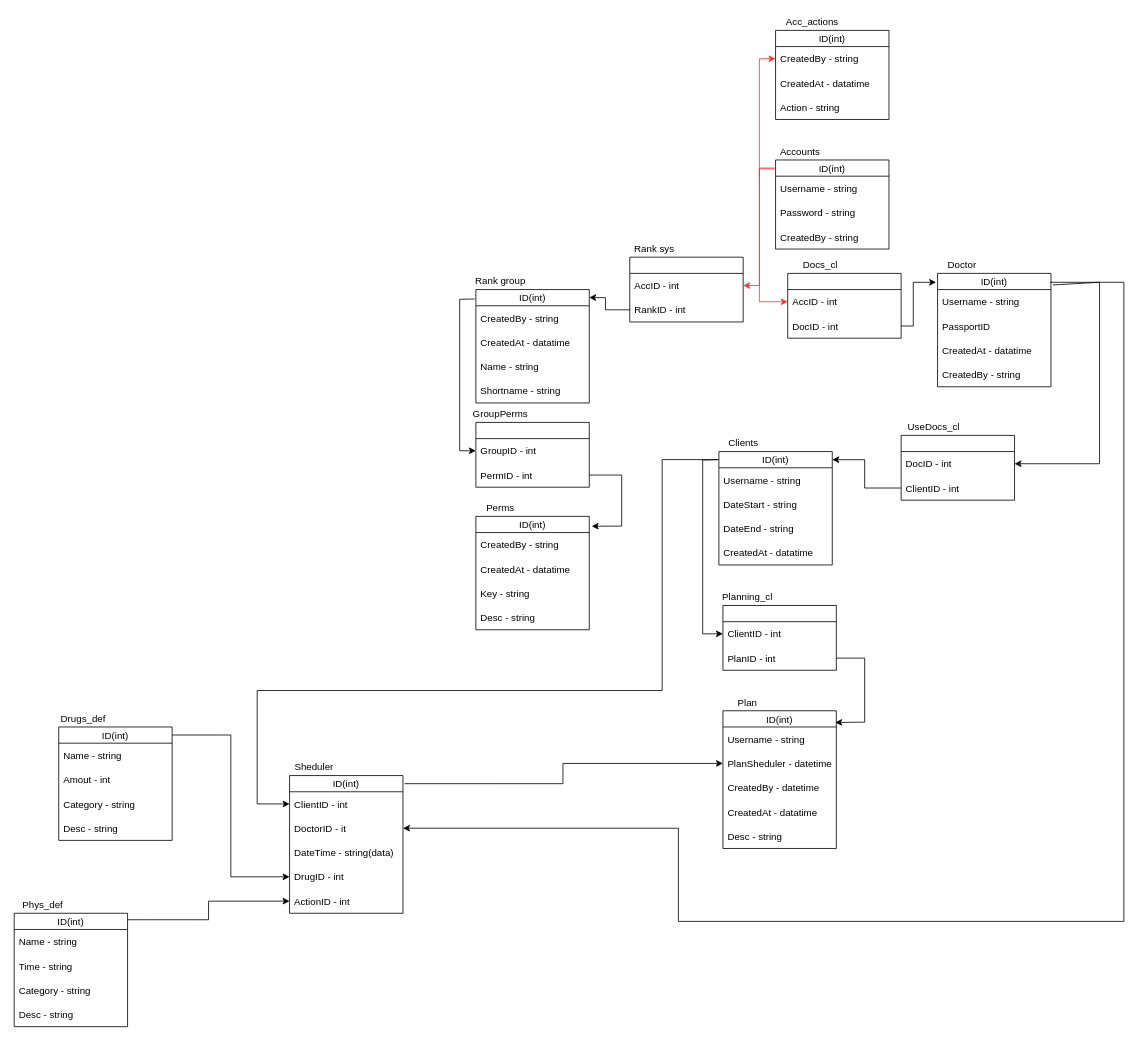
Above: database_sv/ASU-BD.drawio in SlinkyLink/ACS-MED (draw.io), before the change. Source tidied: cells renumbered, new cells numbered last; positions are measured from the earlier drawing's top-left corner, leaving out a move shared by most shapes. Both pictures are drawn from the tidied source at 81%, with x=0, y=0 at pixel (14, 14).
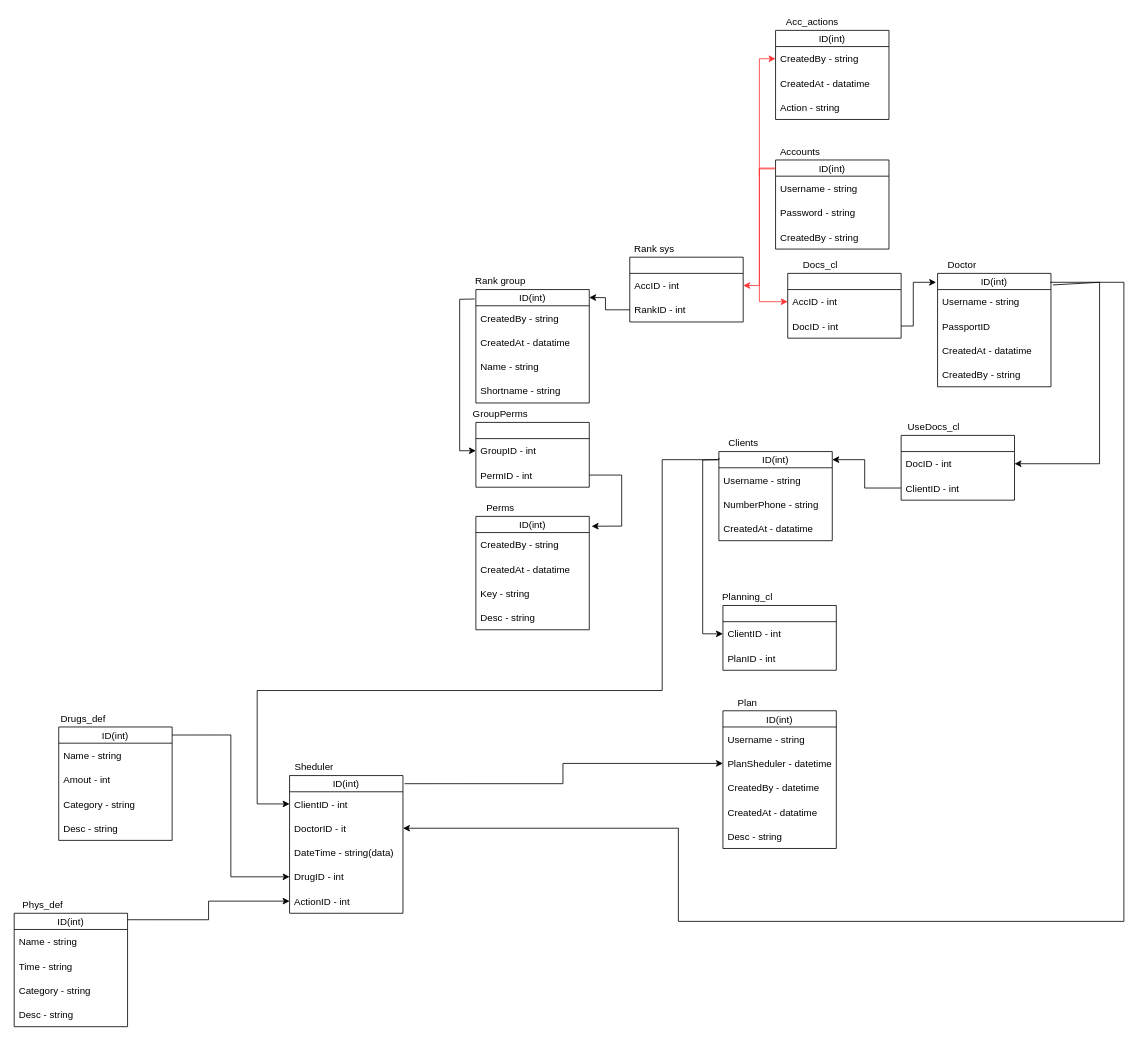
Above is the later version.

The change refers to these unchanged cells:
```xml
<mxCell id="43" value="ID(int)" style="swimlane;fontStyle=0;horizontal=1;startSize=20;align=center;" parent="1" vertex="1">
  <mxGeometry x="875" y="860" width="140" height="170" as="geometry" />
</mxCell>
<mxCell id="52" value="PlanID - int" style="text;strokeColor=none;fillColor=none;align=left;verticalAlign=middle;spacingLeft=4;spacingRight=4;overflow=hidden;points=[[0,0.5],[1,0.5]];portConstraint=eastwest;" parent="50" vertex="1">
  <mxGeometry y="50" width="140" height="30" as="geometry" />
</mxCell>
```

Change to the diagram source:
```diff
@@
     <mxCell id="37" value="ID(int)" style="swimlane;fontStyle=0;horizontal=1;startSize=20;align=center;" parent="1" vertex="1">
-      <mxGeometry x="870" y="540" width="140" height="140" as="geometry" />
+      <mxGeometry x="870" y="540" width="140" height="110" as="geometry" />
     </mxCell>
@@
-    <mxCell id="39" value="DateStart - string" style="text;strokeColor=none;fillColor=none;align=left;verticalAlign=middle;spacingLeft=4;spacingRight=4;overflow=hidden;" parent="37" vertex="1">
-      <mxGeometry y="50" width="140" height="30" as="geometry" />
-    </mxCell>
-    <mxCell id="40" value="DateEnd - string" style="text;strokeColor=none;fillColor=none;align=left;verticalAlign=middle;spacingLeft=4;spacingRight=4;overflow=hidden;" parent="37" vertex="1">
-      <mxGeometry y="80" width="140" height="30" as="geometry" />
-    </mxCell>
+    <mxCell id="98" value="NumberPhone - string" style="text;strokeColor=none;fillColor=none;align=left;verticalAlign=middle;spacingLeft=4;spacingRight=4;overflow=hidden;" parent="37" vertex="1">
+      <mxGeometry y="50" width="140" height="30" as="geometry" />
+    </mxCell>
     <mxCell id="41" value="CreatedAt - datatime" style="text;strokeColor=none;fillColor=none;align=left;verticalAlign=middle;spacingLeft=4;spacingRight=4;overflow=hidden;" parent="37" vertex="1">
-      <mxGeometry y="110" width="140" height="30" as="geometry" />
+      <mxGeometry y="80" width="140" height="30" as="geometry" />
     </mxCell>
@@
-    <mxCell id="55" style="endArrow=classic;html=1;rounded=0;entryX=0.99;entryY=0.085;entryDx=0;entryDy=0;entryPerimeter=0;exitX=1;exitY=0.5;exitDx=0;exitDy=0;" parent="1" edge="1" source="52" target="43">
-      <mxGeometry relative="1" as="geometry">
-        <Array as="points">
-          <mxPoint x="1050" y="795" />
-          <mxPoint x="1050" y="874" />
-        </Array>
-      </mxGeometry>
-    </mxCell>
```
